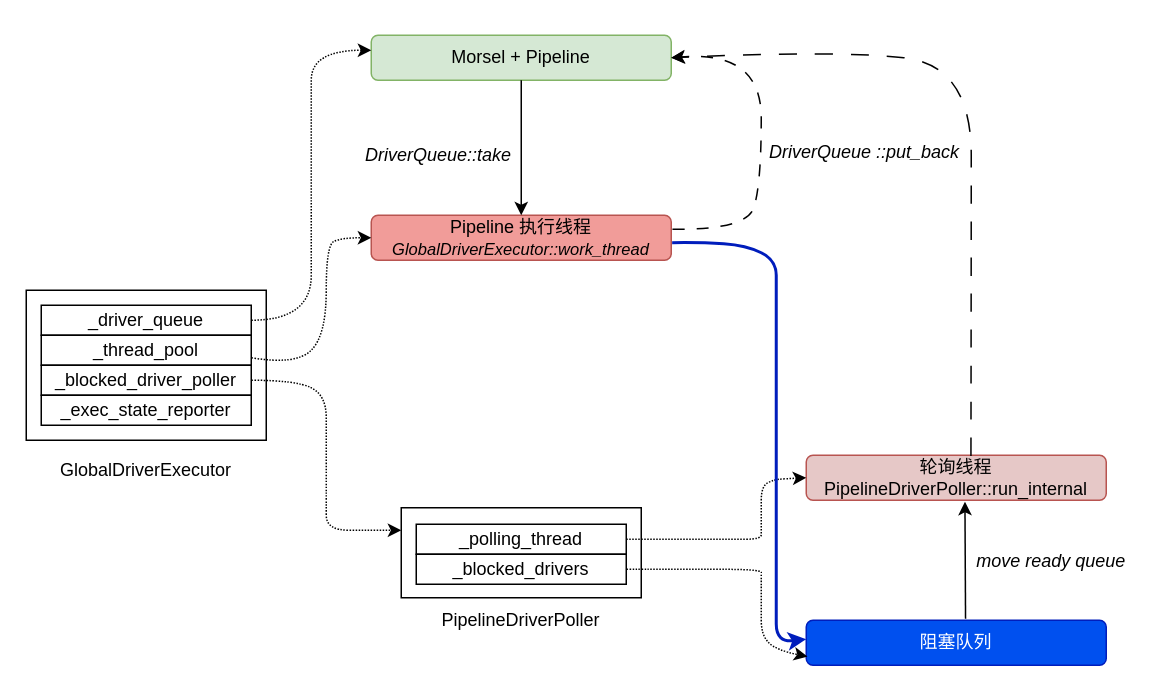
szza/szza.github.io.images keeps this draw.io diagram as StarRocks/pipeline-1.drawio. Above is the earlier version. Source tidied: cells renumbered, new cells numbered last; positions are measured from the earlier drawing's top-left corner, leaving out a move shared by most shapes. Both pictures are drawn from the tidied source at 150%, with x=0, y=0 at pixel (26, 34).
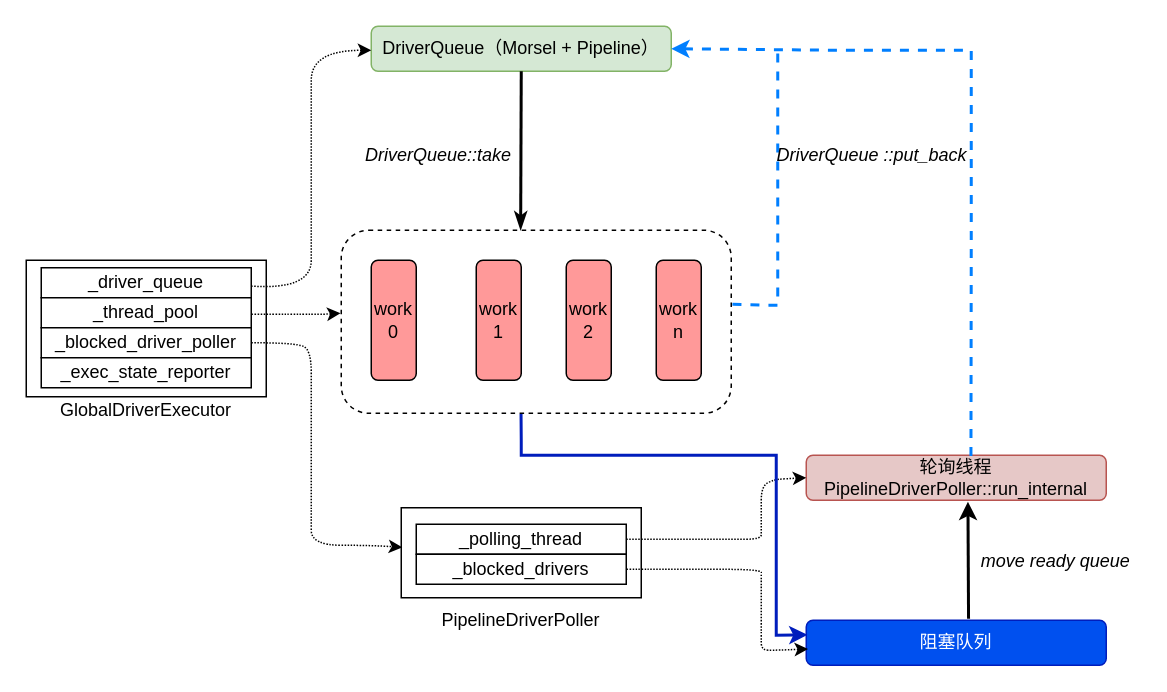
After the change.

The change refers to these unchanged cells:
```xml
<mxCell id="8" style="rounded=0;whiteSpace=wrap;html=1;" parent="1" vertex="1">
  <mxGeometry x="250" y="315" width="160" height="60" as="geometry" />
</mxCell>
<mxCell id="10" value="_blocked_drivers" style="rounded=0;whiteSpace=wrap;html=1;" parent="1" vertex="1">
  <mxGeometry x="260" y="346" width="140" height="20" as="geometry" />
</mxCell>
<mxCell id="19" value="轮询线程&lt;br&gt;PipelineDriverPoller::run_internal" style="rounded=1;whiteSpace=wrap;html=1;fillColor=#e6c8c7;strokeColor=#b85450;" parent="1" vertex="1">
  <mxGeometry x="520" y="280" width="200" height="30" as="geometry" />
</mxCell>
<mxCell id="20" value="阻塞队列" style="rounded=1;whiteSpace=wrap;html=1;fillColor=#0050ef;strokeColor=#001DBC;fontColor=#ffffff;" parent="1" vertex="1">
  <mxGeometry x="520" y="390" width="200" height="30" as="geometry" />
</mxCell>
```

Change to the diagram source:
```diff
@@
     <mxCell id="2" style="rounded=0;whiteSpace=wrap;html=1;" parent="1" vertex="1">
-      <mxGeometry y="170" width="160" height="100" as="geometry" />
+      <mxGeometry y="150" width="160" height="91" as="geometry" />
     </mxCell>
     <mxCell id="3" value="_driver_queue" style="rounded=0;whiteSpace=wrap;html=1;" parent="1" vertex="1">
-      <mxGeometry x="10" y="180" width="140" height="20" as="geometry" />
+      <mxGeometry x="10" y="155" width="140" height="20" as="geometry" />
     </mxCell>
     <mxCell id="4" value="_thread_pool" style="rounded=0;whiteSpace=wrap;html=1;" parent="1" vertex="1">
-      <mxGeometry x="10" y="200" width="140" height="20" as="geometry" />
+      <mxGeometry x="10" y="175" width="140" height="20" as="geometry" />
     </mxCell>
     <mxCell id="5" value="_blocked_driver_poller" style="rounded=0;whiteSpace=wrap;html=1;" parent="1" vertex="1">
-      <mxGeometry x="10" y="220" width="140" height="20" as="geometry" />
+      <mxGeometry x="10" y="195" width="140" height="20" as="geometry" />
     </mxCell>
     <mxCell id="6" value="_exec_state_reporter" style="rounded=0;whiteSpace=wrap;html=1;" parent="1" vertex="1">
-      <mxGeometry x="10" y="240" width="140" height="20" as="geometry" />
+      <mxGeometry x="10" y="215" width="140" height="20" as="geometry" />
     </mxCell>
     <mxCell id="7" value="GlobalDriverExecutor" style="text;html=1;strokeColor=none;fillColor=none;align=center;verticalAlign=middle;whiteSpace=wrap;rounded=0;" parent="1" vertex="1">
-      <mxGeometry x="20" y="280" width="120" height="20" as="geometry" />
+      <mxGeometry x="20" y="240" width="120" height="20" as="geometry" />
     </mxCell>
@@
-    <mxCell id="12" style="curved=1;endArrow=classic;html=1;rounded=0;exitX=1;exitY=0.5;exitDx=0;exitDy=0;entryX=0;entryY=0.25;entryDx=0;entryDy=0;dashed=1;dashPattern=1 1;" parent="1" edge="1" source="5" target="8">
+    <mxCell id="12" style="curved=1;endArrow=classic;html=1;rounded=0;exitX=1;exitY=0.5;exitDx=0;exitDy=0;entryX=0.004;entryY=0.44;entryDx=0;entryDy=0;dashed=1;dashPattern=1 1;entryPerimeter=0;" parent="1" edge="1" source="5" target="8">
       <mxGeometry relative="1" as="geometry">
         <Array as="points">
-          <mxPoint x="180" y="230" />
-          <mxPoint x="200" y="240" />
-          <mxPoint x="200" y="270" />
-          <mxPoint x="200" y="300" />
-          <mxPoint x="200" y="310" />
-          <mxPoint x="200" y="330" />
-          <mxPoint x="230" y="330" />
+          <mxPoint x="180" y="205" />
+          <mxPoint x="190" y="210" />
+          <mxPoint x="190" y="240" />
+          <mxPoint x="190" y="270" />
+          <mxPoint x="190" y="300" />
+          <mxPoint x="190" y="310" />
+          <mxPoint x="190" y="320" />
+          <mxPoint x="190" y="340" />
+          <mxPoint x="230" y="340" />
         </Array>
       </mxGeometry>
     </mxCell>
-    <mxCell id="13" value="Pipeline 执行线程&lt;br&gt;&lt;i style=&quot;font-size: 11px;&quot;&gt;GlobalDriverExecutor::work_thread&lt;/i&gt;" style="rounded=1;whiteSpace=wrap;html=1;fillColor=#F19C99;strokeColor=#b85450;" parent="1" vertex="1">
-      <mxGeometry x="230" y="120" width="200" height="30" as="geometry" />
-    </mxCell>
-    <mxCell id="14" style="curved=1;endArrow=classic;html=1;rounded=0;exitX=1;exitY=0.75;exitDx=0;exitDy=0;entryX=0;entryY=0.5;entryDx=0;entryDy=0;dashed=1;dashPattern=1 1;" parent="1" edge="1" source="4" target="13">
+    <mxCell id="14" style="curved=1;endArrow=classic;html=1;rounded=0;exitX=1;exitY=0.75;exitDx=0;exitDy=0;entryX=-0.002;entryY=0.445;entryDx=0;entryDy=0;dashed=1;dashPattern=1 1;entryPerimeter=0;" parent="1" edge="1">
       <mxGeometry relative="1" as="geometry">
+        <mxPoint x="150" y="186" as="sourcePoint" />
+        <mxPoint x="209.5" y="185.3" as="targetPoint" />
         <Array as="points">
-          <mxPoint x="180" y="220" />
-          <mxPoint x="200" y="200" />
-          <mxPoint x="200" y="140" />
-          <mxPoint x="210" y="135" />
+          <mxPoint x="180" y="186" />
+          <mxPoint x="200" y="186" />
         </Array>
       </mxGeometry>
     </mxCell>
-    <mxCell id="15" value="Morsel + Pipeline" style="rounded=1;whiteSpace=wrap;html=1;fillColor=#d5e8d4;strokeColor=#82b366;" parent="1" vertex="1">
-      <mxGeometry x="230" width="200" height="30" as="geometry" />
+    <mxCell id="15" value="DriverQueue（Morsel + Pipeline）" style="rounded=1;whiteSpace=wrap;html=1;fillColor=#d5e8d4;strokeColor=#82b366;" parent="1" vertex="1">
+      <mxGeometry x="230" y="-6" width="200" height="30" as="geometry" />
     </mxCell>
-    <mxCell id="16" style="curved=1;endArrow=classic;html=1;rounded=0;exitX=1;exitY=0.5;exitDx=0;exitDy=0;dashed=1;dashPattern=1 1;" parent="1" edge="1" source="3">
+    <mxCell id="16" style="curved=1;endArrow=classic;html=1;rounded=0;exitX=0.999;exitY=0.61;exitDx=0;exitDy=0;dashed=1;dashPattern=1 1;exitPerimeter=0;" parent="1" edge="1" source="3">
       <mxGeometry relative="1" as="geometry">
         <mxPoint x="230" y="10" as="targetPoint" />
         <Array as="points">
-          <mxPoint x="190" y="190" />
+          <mxPoint x="190" y="170" />
           <mxPoint x="190" y="130" />
           <mxPoint x="190" y="90" />
           <mxPoint x="190" y="50" />
           <mxPoint x="190" y="10" />
         </Array>
       </mxGeometry>
     </mxCell>
-    <mxCell id="17" style="endArrow=classic;html=1;rounded=0;entryX=0.5;entryY=0;entryDx=0;entryDy=0;exitX=0.5;exitY=1;exitDx=0;exitDy=0;" parent="1" edge="1" source="15" target="13">
+    <mxCell id="17" style="endArrow=classicThin;html=1;rounded=0;entryX=0.46;entryY=-0.003;entryDx=0;entryDy=0;exitX=0.5;exitY=1;exitDx=0;exitDy=0;entryPerimeter=0;endFill=1;strokeWidth=2;" parent="1" edge="1" source="15" target="33">
       <mxGeometry relative="1" as="geometry" />
     </mxCell>
@@
-    <mxCell id="22" style="curved=1;endArrow=classic;html=1;rounded=0;entryX=0.004;entryY=0.806;entryDx=0;entryDy=0;exitX=1;exitY=0.5;exitDx=0;exitDy=0;dashed=1;dashPattern=1 1;entryPerimeter=0;" parent="1" edge="1" source="10" target="20">
+    <mxCell id="22" style="curved=1;endArrow=classic;html=1;rounded=0;entryX=0.006;entryY=0.639;entryDx=0;entryDy=0;exitX=1;exitY=0.5;exitDx=0;exitDy=0;dashed=1;dashPattern=1 1;entryPerimeter=0;" parent="1" edge="1" source="10" target="20">
       <mxGeometry relative="1" as="geometry">
         <Array as="points">
           <mxPoint x="410" y="356" />
           <mxPoint x="420" y="356" />
           <mxPoint x="430" y="356" />
           <mxPoint x="490" y="356" />
           <mxPoint x="490" y="360" />
           <mxPoint x="490" y="380" />
           <mxPoint x="490" y="400" />
+          <mxPoint x="490" y="410" />
           <mxPoint x="500" y="410" />
         </Array>
       </mxGeometry>
     </mxCell>
-    <mxCell id="23" style="curved=1;endArrow=classic;html=1;rounded=0;exitX=1.004;exitY=0.31;exitDx=0;exitDy=0;entryX=1;entryY=0.5;entryDx=0;entryDy=0;dashed=1;dashPattern=8 8;exitPerimeter=0;" parent="1" edge="1" source="13" target="15">
+    <mxCell id="23" style="endArrow=none;html=1;rounded=0;exitX=1.003;exitY=0.431;exitDx=0;exitDy=0;dashed=1;exitPerimeter=0;strokeColor=#007FFF;endFill=0;strokeWidth=2;" parent="1" edge="1">
       <mxGeometry relative="1" as="geometry">
+        <mxPoint x="470.8" y="179.4" as="sourcePoint" />
+        <mxPoint x="501" y="10" as="targetPoint" />
         <Array as="points">
-          <mxPoint x="480" y="130" />
-          <mxPoint x="490" y="100" />
-          <mxPoint x="490" y="10" />
+          <mxPoint x="492" y="180" />
+          <mxPoint x="501" y="180" />
+          <mxPoint x="501" y="170" />
+          <mxPoint x="501" y="140" />
+          <mxPoint x="501" y="60" />
         </Array>
       </mxGeometry>
     </mxCell>
     <mxCell id="24" value="DriverQueue ::put_back" style="text;html=1;strokeColor=none;fillColor=none;align=center;verticalAlign=middle;whiteSpace=wrap;rounded=0;fontStyle=2;" parent="1" vertex="1">
-      <mxGeometry x="491" y="68" width="136" height="20" as="geometry" />
+      <mxGeometry x="496" y="70" width="136" height="20" as="geometry" />
     </mxCell>
-    <mxCell id="25" style="curved=1;endArrow=classic;html=1;rounded=0;exitX=0.549;exitY=0.015;exitDx=0;exitDy=0;exitPerimeter=0;entryX=1;entryY=0.5;entryDx=0;entryDy=0;dashed=1;dashPattern=12 12;" parent="1" edge="1" source="19" target="15">
+    <mxCell id="25" style="endArrow=classic;html=1;rounded=0;exitX=0.549;exitY=0.015;exitDx=0;exitDy=0;exitPerimeter=0;dashed=1;strokeWidth=2;entryX=1;entryY=0.5;entryDx=0;entryDy=0;strokeColor=#007FFF;" parent="1" edge="1" source="19" target="15">
       <mxGeometry relative="1" as="geometry">
         <Array as="points">
           <mxPoint x="630" y="140" />
-          <mxPoint x="630" y="20" />
+          <mxPoint x="630" y="70" />
+          <mxPoint x="630" y="40" />
+          <mxPoint x="630" y="10" />
           <mxPoint x="540" y="10" />
         </Array>
       </mxGeometry>
     </mxCell>
-    <mxCell id="26" style="endArrow=classic;html=1;rounded=0;exitX=0.531;exitY=-0.033;exitDx=0;exitDy=0;exitPerimeter=0;entryX=0.529;entryY=1.033;entryDx=0;entryDy=0;entryPerimeter=0;" parent="1" edge="1" source="20" target="19">
-      <mxGeometry relative="1" as="geometry" />
+    <mxCell id="26" style="endArrow=classic;html=1;rounded=0;exitX=0.531;exitY=-0.033;exitDx=0;exitDy=0;exitPerimeter=0;entryX=0.529;entryY=1.033;entryDx=0;entryDy=0;entryPerimeter=0;strokeWidth=2;" parent="1" edge="1">
+      <mxGeometry relative="1" as="geometry">
+        <mxPoint x="628.2" y="389" as="sourcePoint" />
+        <mxPoint x="627.8" y="311" as="targetPoint" />
+      </mxGeometry>
     </mxCell>
     <mxCell id="27" value="move ready queue" style="text;html=1;strokeColor=none;fillColor=none;align=center;verticalAlign=middle;whiteSpace=wrap;rounded=0;fontStyle=2;" parent="1" vertex="1">
-      <mxGeometry x="627" y="341" width="113" height="20" as="geometry" />
+      <mxGeometry x="630" y="341" width="113" height="20" as="geometry" />
     </mxCell>
-    <mxCell id="28" style="curved=1;endArrow=classic;html=1;rounded=0;exitX=1.003;exitY=0.609;exitDx=0;exitDy=0;exitPerimeter=0;entryX=0;entryY=0.421;entryDx=0;entryDy=0;entryPerimeter=0;fontStyle=1;fillColor=#0050ef;strokeColor=#001DBC;strokeWidth=2;" parent="1" edge="1" source="13" target="20">
+    <mxCell id="28" style="endArrow=classic;html=1;rounded=0;exitX=0.461;exitY=1.004;exitDx=0;exitDy=0;exitPerimeter=0;entryX=0.004;entryY=0.323;entryDx=0;entryDy=0;entryPerimeter=0;fontStyle=1;fillColor=#0050ef;strokeColor=#001DBC;strokeWidth=2;" parent="1" edge="1" source="33" target="20">
       <mxGeometry relative="1" as="geometry">
         <Array as="points">
-          <mxPoint x="450" y="138" />
-          <mxPoint x="480" y="140" />
-          <mxPoint x="500" y="150" />
-          <mxPoint x="500" y="170" />
-          <mxPoint x="500" y="200" />
+          <mxPoint x="330" y="270" />
+          <mxPoint x="330" y="280" />
+          <mxPoint x="460" y="280" />
+          <mxPoint x="500" y="280" />
           <mxPoint x="500" y="340" />
           <mxPoint x="500" y="380" />
-          <mxPoint x="500" y="405" />
+          <mxPoint x="500" y="400" />
         </Array>
       </mxGeometry>
     </mxCell>
+    <mxCell id="29" value="work&lt;br&gt;0" style="rounded=1;whiteSpace=wrap;html=1;rotation=0;fillColor=#FF9999;" parent="1" vertex="1">
+      <mxGeometry x="230" y="150" width="30" height="80" as="geometry" />
+    </mxCell>
+    <mxCell id="30" value="work&lt;br&gt;1" style="rounded=1;whiteSpace=wrap;html=1;rotation=0;fillColor=#FF9999;" parent="1" vertex="1">
+      <mxGeometry x="300" y="150" width="30" height="80" as="geometry" />
+    </mxCell>
+    <mxCell id="31" value="work&lt;br&gt;2" style="rounded=1;whiteSpace=wrap;html=1;rotation=0;fillColor=#FF9999;" parent="1" vertex="1">
+      <mxGeometry x="360" y="150" width="30" height="80" as="geometry" />
+    </mxCell>
+    <mxCell id="32" value="work&lt;br&gt;n" style="rounded=1;whiteSpace=wrap;html=1;rotation=0;fillColor=#FF9999;" parent="1" vertex="1">
+      <mxGeometry x="420" y="150" width="30" height="80" as="geometry" />
+    </mxCell>
+    <mxCell id="33" style="rounded=1;whiteSpace=wrap;html=1;fillColor=none;dashed=1;" parent="1" vertex="1">
+      <mxGeometry x="210" y="130" width="260" height="122" as="geometry" />
+    </mxCell>
```
